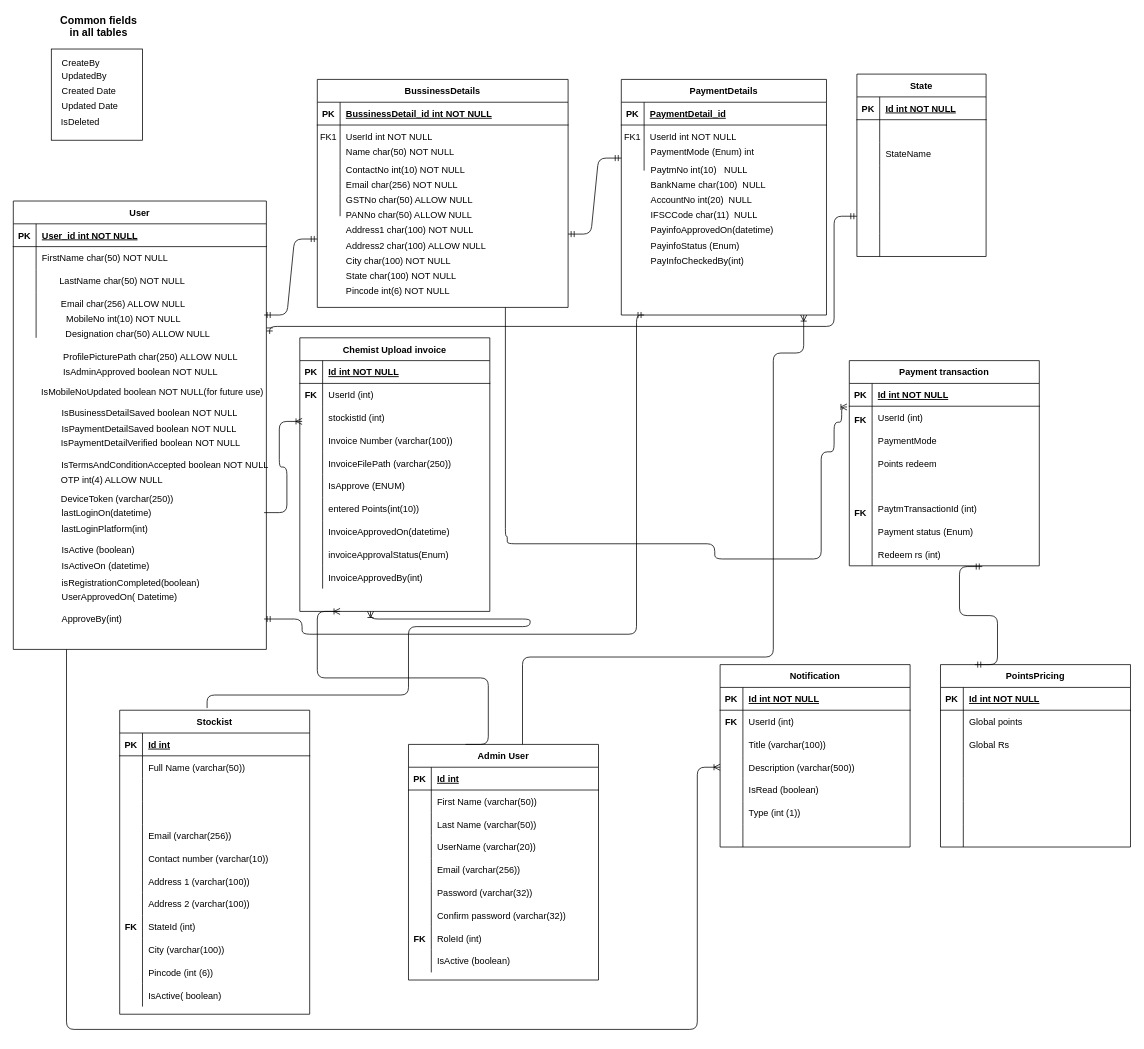
The draw.io diagram ProfitorERD.drawio in NirikshaSoni/TestProject, before the edit. Source tidied: cells renumbered, new cells numbered last; positions are measured from the earlier drawing's top-left corner, leaving out a move shared by most shapes. Both pictures are drawn from the tidied source at 76%, with x=0, y=0 at pixel (13, 18).
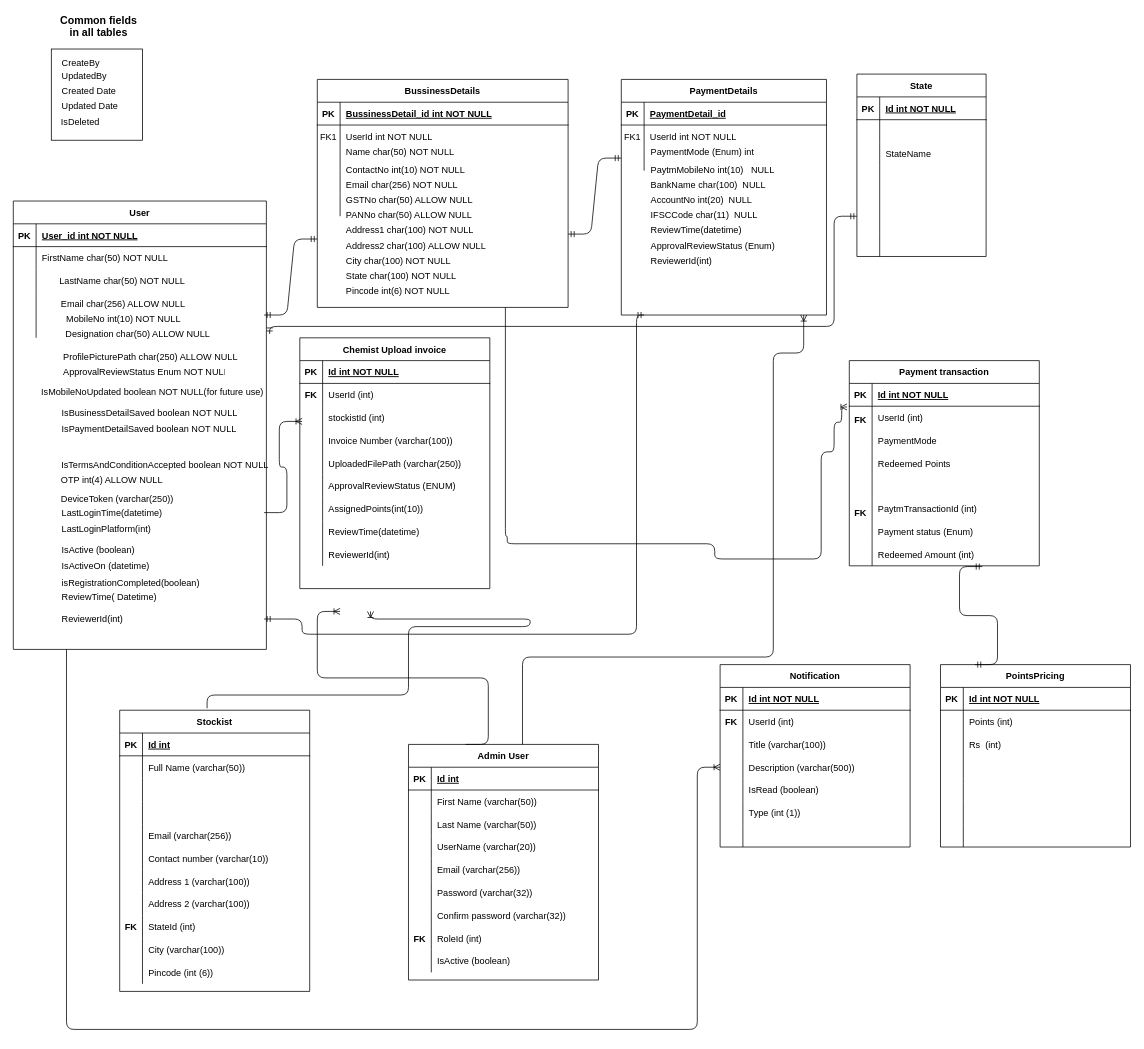
Above is the later version.

The change refers to these unchanged cells:
```xml
<mxCell id="44" style="shape=partialRectangle;fillColor=none;top=0;left=0;right=0;bottom=0;" parent="31" vertex="1">
  <mxGeometry y="150" width="250" height="30" as="geometry" />
</mxCell>
<mxCell id="47" style="shape=partialRectangle;fillColor=none;top=0;left=0;right=0;bottom=0;" parent="31" vertex="1">
  <mxGeometry y="180" width="250" height="30" as="geometry" />
</mxCell>
<mxCell id="50" style="shape=partialRectangle;fillColor=none;top=0;left=0;right=0;bottom=0;" parent="31" vertex="1">
  <mxGeometry y="210" width="250" height="30" as="geometry" />
</mxCell>
<mxCell id="53" style="shape=partialRectangle;fillColor=none;top=0;left=0;right=0;bottom=0;" parent="31" vertex="1">
  <mxGeometry y="240" width="250" height="30" as="geometry" />
</mxCell>
<mxCell id="112" style="shape=partialRectangle;fillColor=none;top=0;left=0;right=0;bottom=0;" parent="102" vertex="1">
  <mxGeometry y="120" width="250" height="30" as="geometry" />
</mxCell>
<mxCell id="124" style="shape=partialRectangle;fillColor=none;points=[[0,0.5],[1,0.5]];portConstraint=eastwest;top=0;left=0;right=0;bottom=0;" parent="102" vertex="1">
  <mxGeometry y="240" width="250" height="30" as="geometry" />
</mxCell>
<mxCell id="274" style="shape=partialRectangle;fillColor=none;top=0;left=0;right=0;bottom=0;" parent="270" vertex="1">
  <mxGeometry y="60" width="250" height="30" as="geometry" />
</mxCell>
<mxCell id="277" style="shape=partialRectangle;fillColor=none;top=0;left=0;right=0;bottom=0;" parent="270" vertex="1">
  <mxGeometry y="90" width="250" height="30" as="geometry" />
</mxCell>
```

Change to the diagram source:
```diff
@@
     <mxCell id="31" value="Chemist Upload invoice" style="shape=table;startSize=30;childLayout=tableLayout;rowLines=0;fontStyle=1;align=center;" parent="1" vertex="1">
-      <mxGeometry x="377" y="420" width="250" height="360" as="geometry" />
+      <mxGeometry x="377" y="420" width="250" height="330" as="geometry" />
     </mxCell>
@@
-    <mxCell id="46" value="InvoiceFilePath (varchar(250))" style="shape=partialRectangle;overflow=hidden;fillColor=none;top=0;left=0;bottom=0;right=0;align=left;spacingLeft=6;" parent="44" vertex="1">
+    <mxCell id="46" value="UploadedFilePath (varchar(250))" style="shape=partialRectangle;overflow=hidden;fillColor=none;top=0;left=0;bottom=0;right=0;align=left;spacingLeft=6;" parent="44" vertex="1">
       <mxGeometry x="30" width="220" height="30" as="geometry" />
     </mxCell>
@@
-    <mxCell id="49" value="IsApprove (ENUM)" style="shape=partialRectangle;overflow=hidden;fillColor=none;top=0;left=0;bottom=0;right=0;align=left;spacingLeft=6;" parent="47" vertex="1">
+    <mxCell id="49" value="ApprovalReviewStatus (ENUM)" style="shape=partialRectangle;overflow=hidden;fillColor=none;top=0;left=0;bottom=0;right=0;align=left;spacingLeft=6;" parent="47" vertex="1">
       <mxGeometry x="30" width="220" height="30" as="geometry" />
     </mxCell>
@@
-    <mxCell id="52" value="entered Points(int(10))" style="shape=partialRectangle;overflow=hidden;fillColor=none;top=0;left=0;bottom=0;right=0;align=left;spacingLeft=6;" parent="50" vertex="1">
+    <mxCell id="52" value="AssignedPoints(int(10))" style="shape=partialRectangle;overflow=hidden;fillColor=none;top=0;left=0;bottom=0;right=0;align=left;spacingLeft=6;" parent="50" vertex="1">
       <mxGeometry x="30" width="220" height="30" as="geometry" />
     </mxCell>
@@
-    <mxCell id="55" value="InvoiceApprovedOn(datetime)" style="shape=partialRectangle;overflow=hidden;fillColor=none;top=0;left=0;bottom=0;right=0;align=left;spacingLeft=6;" parent="53" vertex="1">
+    <mxCell id="55" value="ReviewTime(datetime)" style="shape=partialRectangle;overflow=hidden;fillColor=none;top=0;left=0;bottom=0;right=0;align=left;spacingLeft=6;" parent="53" vertex="1">
       <mxGeometry x="30" width="220" height="30" as="geometry" />
     </mxCell>
-    <mxCell id="56" style="shape=partialRectangle;fillColor=none;top=0;left=0;right=0;bottom=0;" parent="31" vertex="1">
-      <mxGeometry y="270" width="250" height="30" as="geometry" />
-    </mxCell>
-    <mxCell id="57" style="shape=partialRectangle;overflow=hidden;fillColor=none;top=0;left=0;bottom=0;right=0;" parent="56" vertex="1">
-      <mxGeometry width="30" height="30" as="geometry" />
-    </mxCell>
-    <mxCell id="58" value="invoiceApprovalStatus(Enum)" style="shape=partialRectangle;overflow=hidden;fillColor=none;top=0;left=0;bottom=0;right=0;align=left;spacingLeft=6;" parent="56" vertex="1">
-      <mxGeometry x="30" width="220" height="30" as="geometry" />
-    </mxCell>
     <mxCell id="59" style="shape=partialRectangle;fillColor=none;top=0;left=0;right=0;bottom=0;" parent="31" vertex="1">
-      <mxGeometry y="300" width="250" height="30" as="geometry" />
+      <mxGeometry y="270" width="250" height="30" as="geometry" />
     </mxCell>
@@
-    <mxCell id="61" value="InvoiceApprovedBy(int)" style="shape=partialRectangle;overflow=hidden;fillColor=none;top=0;left=0;bottom=0;right=0;align=left;spacingLeft=6;" parent="59" vertex="1">
+    <mxCell id="61" value="ReviewerId(int)" style="shape=partialRectangle;overflow=hidden;fillColor=none;top=0;left=0;bottom=0;right=0;align=left;spacingLeft=6;" parent="59" vertex="1">
       <mxGeometry x="30" width="220" height="30" as="geometry" />
     </mxCell>
@@
     <mxCell id="64" value="Stockist" style="shape=table;startSize=30;childLayout=tableLayout;rowLines=0;fontStyle=1;align=center;" parent="1" vertex="1">
-      <mxGeometry x="140" y="910" width="250" height="400" as="geometry" />
+      <mxGeometry x="140" y="910" width="250" height="370" as="geometry" />
     </mxCell>
@@
-    <mxCell id="98" style="shape=partialRectangle;fillColor=none;top=0;left=0;right=0;bottom=0;" parent="64" vertex="1">
-      <mxGeometry y="360" width="250" height="30" as="geometry" />
-    </mxCell>
-    <mxCell id="99" style="shape=partialRectangle;overflow=hidden;fillColor=none;top=0;left=0;bottom=0;right=0;" parent="98" vertex="1">
-      <mxGeometry width="30" height="30" as="geometry" />
-    </mxCell>
-    <mxCell id="100" value="IsActive( boolean)" style="shape=partialRectangle;overflow=hidden;fillColor=none;top=0;left=0;bottom=0;right=0;align=left;spacingLeft=6;" parent="98" vertex="1">
-      <mxGeometry x="30" width="220" height="30" as="geometry" />
-    </mxCell>
@@
-    <mxCell id="114" value="Points redeem" style="shape=partialRectangle;overflow=hidden;fillColor=none;top=0;left=0;bottom=0;right=0;align=left;spacingLeft=6;" parent="112" vertex="1">
+    <mxCell id="114" value="Redeemed Points" style="shape=partialRectangle;overflow=hidden;fillColor=none;top=0;left=0;bottom=0;right=0;align=left;spacingLeft=6;" parent="112" vertex="1">
       <mxGeometry x="30" width="220" height="30" as="geometry" />
     </mxCell>
@@
-    <mxCell id="126" value="Redeem rs (int)" style="shape=partialRectangle;overflow=hidden;fillColor=none;top=0;left=0;bottom=0;right=0;align=left;spacingLeft=6;" parent="124" vertex="1">
+    <mxCell id="126" value="Redeemed Amount (int)" style="shape=partialRectangle;overflow=hidden;fillColor=none;top=0;left=0;bottom=0;right=0;align=left;spacingLeft=6;" parent="124" vertex="1">
       <mxGeometry x="30" width="220" height="30" as="geometry" />
     </mxCell>
@@
-    <mxCell id="197" value="IsAdminApproved boolean NOT NULL" style="shape=partialRectangle;overflow=hidden;fillColor=none;top=0;left=0;bottom=0;right=0;align=left;spacingLeft=6;" parent="1" vertex="1">
+    <mxCell id="197" value="ApprovalReviewStatus Enum NOT NULL" style="shape=partialRectangle;overflow=hidden;fillColor=none;top=0;left=0;bottom=0;right=0;align=left;spacingLeft=6;" parent="1" vertex="1">
       <mxGeometry x="58" y="450" width="220" height="30" as="geometry" />
     </mxCell>
-    <mxCell id="198" value="IsPaymentDetailVerified boolean NOT NULL" style="shape=partialRectangle;overflow=hidden;fillColor=none;top=0;left=0;bottom=0;right=0;align=left;spacingLeft=6;" parent="1" vertex="1">
-      <mxGeometry x="55" y="543" width="248" height="30" as="geometry" />
-    </mxCell>
@@
-    <mxCell id="235" value="PaytmNo int(10)   NULL" style="shape=partialRectangle;overflow=hidden;fillColor=none;top=0;left=0;bottom=0;right=0;align=left;spacingLeft=6;" parent="1" vertex="1">
+    <mxCell id="235" value="PaytmMobileNo int(10)   NULL" style="shape=partialRectangle;overflow=hidden;fillColor=none;top=0;left=0;bottom=0;right=0;align=left;spacingLeft=6;" parent="1" vertex="1">
       <mxGeometry x="831" y="183" width="220" height="30" as="geometry" />
     </mxCell>
@@
-    <mxCell id="256" value="lastLoginOn(datetime)" style="shape=partialRectangle;overflow=hidden;fillColor=none;top=0;left=0;bottom=0;right=0;align=left;spacingLeft=6;" parent="1" vertex="1">
+    <mxCell id="256" value="LastLoginTime(datetime)" style="shape=partialRectangle;overflow=hidden;fillColor=none;top=0;left=0;bottom=0;right=0;align=left;spacingLeft=6;" parent="1" vertex="1">
       <mxGeometry x="56" y="635" width="287" height="30" as="geometry" />
     </mxCell>
-    <mxCell id="257" value="lastLoginPlatform(int) " style="shape=partialRectangle;overflow=hidden;fillColor=none;top=0;left=0;bottom=0;right=0;align=left;spacingLeft=6;" parent="1" vertex="1">
+    <mxCell id="257" value="LastLoginPlatform(int) " style="shape=partialRectangle;overflow=hidden;fillColor=none;top=0;left=0;bottom=0;right=0;align=left;spacingLeft=6;" parent="1" vertex="1">
       <mxGeometry x="56" y="656" width="287" height="30" as="geometry" />
     </mxCell>
@@
-    <mxCell id="261" value="UserApprovedOn( Datetime)" style="shape=partialRectangle;overflow=hidden;fillColor=none;top=0;left=0;bottom=0;right=0;align=left;spacingLeft=6;" parent="1" vertex="1">
+    <mxCell id="261" value="ReviewTime( Datetime)" style="shape=partialRectangle;overflow=hidden;fillColor=none;top=0;left=0;bottom=0;right=0;align=left;spacingLeft=6;" parent="1" vertex="1">
       <mxGeometry x="56" y="745" width="287" height="30" as="geometry" />
     </mxCell>
@@
-    <mxCell id="263" value="PayinfoStatus (Enum)" style="shape=partialRectangle;overflow=hidden;fillColor=none;top=0;left=0;bottom=0;right=0;align=left;spacingLeft=6;" parent="1" vertex="1">
+    <mxCell id="263" value="ApprovalReviewStatus (Enum)" style="shape=partialRectangle;overflow=hidden;fillColor=none;top=0;left=0;bottom=0;right=0;align=left;spacingLeft=6;" parent="1" vertex="1">
       <mxGeometry x="831" y="283" width="220" height="30" as="geometry" />
     </mxCell>
-    <mxCell id="264" value="PayinfoApprovedOn(datetime)" style="shape=partialRectangle;overflow=hidden;fillColor=none;top=0;left=0;bottom=0;right=0;align=left;spacingLeft=6;" parent="1" vertex="1">
+    <mxCell id="264" value="ReviewTime(datetime)" style="shape=partialRectangle;overflow=hidden;fillColor=none;top=0;left=0;bottom=0;right=0;align=left;spacingLeft=6;" parent="1" vertex="1">
       <mxGeometry x="831" y="263" width="220" height="30" as="geometry" />
     </mxCell>
-    <mxCell id="265" value="PayInfoCheckedBy(int)" style="shape=partialRectangle;overflow=hidden;fillColor=none;top=0;left=0;bottom=0;right=0;align=left;spacingLeft=6;" parent="1" vertex="1">
+    <mxCell id="265" value="ReviewerId(int)" style="shape=partialRectangle;overflow=hidden;fillColor=none;top=0;left=0;bottom=0;right=0;align=left;spacingLeft=6;" parent="1" vertex="1">
       <mxGeometry x="831" y="303" width="220" height="30" as="geometry" />
     </mxCell>
@@
-    <mxCell id="269" value="ApproveBy(int)" style="shape=partialRectangle;overflow=hidden;fillColor=none;top=0;left=0;bottom=0;right=0;align=left;spacingLeft=6;" parent="1" vertex="1">
+    <mxCell id="269" value="ReviewerId(int)" style="shape=partialRectangle;overflow=hidden;fillColor=none;top=0;left=0;bottom=0;right=0;align=left;spacingLeft=6;" parent="1" vertex="1">
       <mxGeometry x="56" y="775" width="287" height="30" as="geometry" />
     </mxCell>
@@
-    <mxCell id="276" value="Global points" style="shape=partialRectangle;overflow=hidden;fillColor=none;top=0;left=0;bottom=0;right=0;align=left;spacingLeft=6;" parent="274" vertex="1">
+    <mxCell id="276" value="Points (int)" style="shape=partialRectangle;overflow=hidden;fillColor=none;top=0;left=0;bottom=0;right=0;align=left;spacingLeft=6;" parent="274" vertex="1">
       <mxGeometry x="30" width="220" height="30" as="geometry" />
     </mxCell>
@@
-    <mxCell id="279" value="Global Rs" style="shape=partialRectangle;overflow=hidden;fillColor=none;top=0;left=0;bottom=0;right=0;align=left;spacingLeft=6;" parent="277" vertex="1">
+    <mxCell id="279" value="Rs  (int)" style="shape=partialRectangle;overflow=hidden;fillColor=none;top=0;left=0;bottom=0;right=0;align=left;spacingLeft=6;" parent="277" vertex="1">
       <mxGeometry x="30" width="220" height="30" as="geometry" />
     </mxCell>
```
